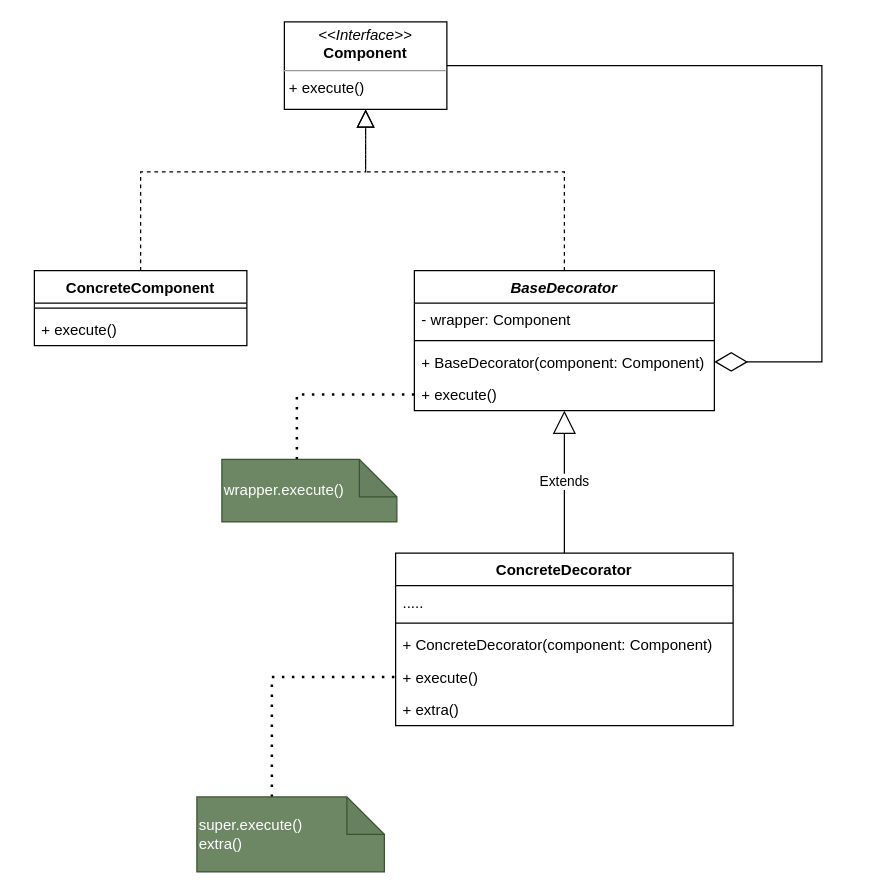
Earlier version of the draw.io diagram 装饰器模式.drawio (HsoulLink/designpattern_pic). Source tidied: cells renumbered, new cells numbered last; positions are measured from the earlier drawing's top-left corner, leaving out a move shared by most shapes. Both pictures are drawn from the tidied source at 125%, with x=0, y=0 at pixel (34, 21).
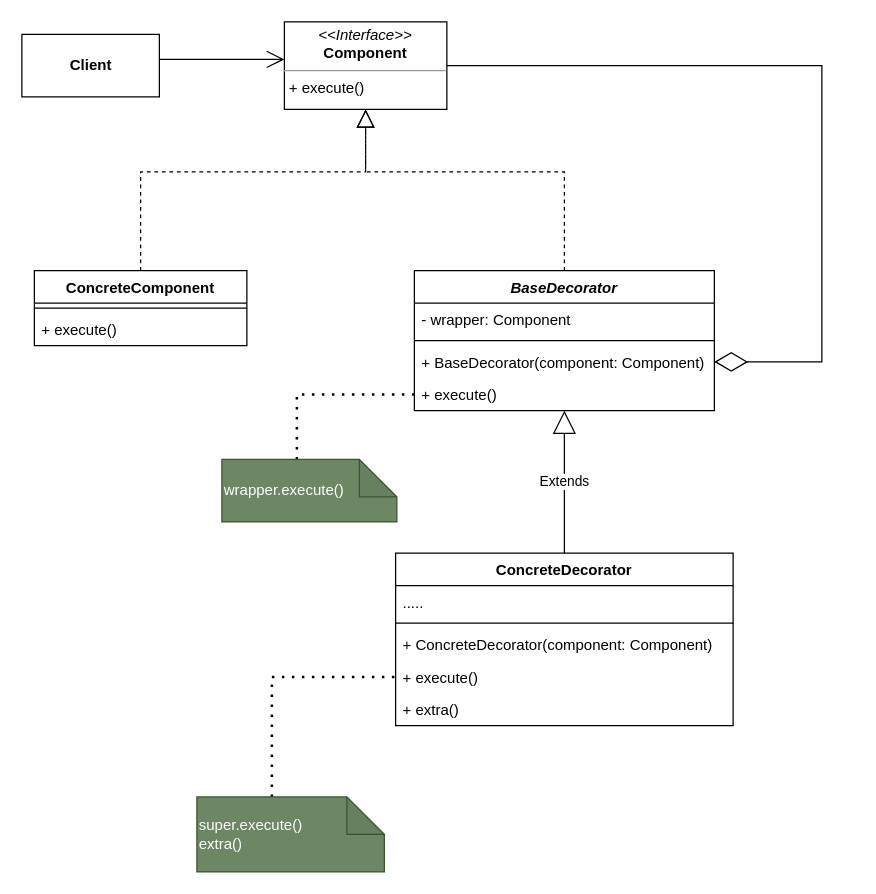
The same page after the edit.

Commit message (it also covers changes not shown here):
更新装饰器模式.drawio

What changed in the source:
```diff
@@
+    <mxCell id="25" value="Client" style="html=1;fontStyle=1;" parent="1" vertex="1">
+      <mxGeometry x="-10" y="10" width="110" height="50" as="geometry" />
+    </mxCell>
+    <mxCell id="26" style="endArrow=open;endFill=1;endSize=12;html=1;rounded=0;" parent="1" edge="1">
+      <mxGeometry relative="1" as="geometry">
+        <mxPoint x="100" y="30" as="sourcePoint" />
+        <mxPoint x="200" y="30" as="targetPoint" />
+      </mxGeometry>
+    </mxCell>
```
